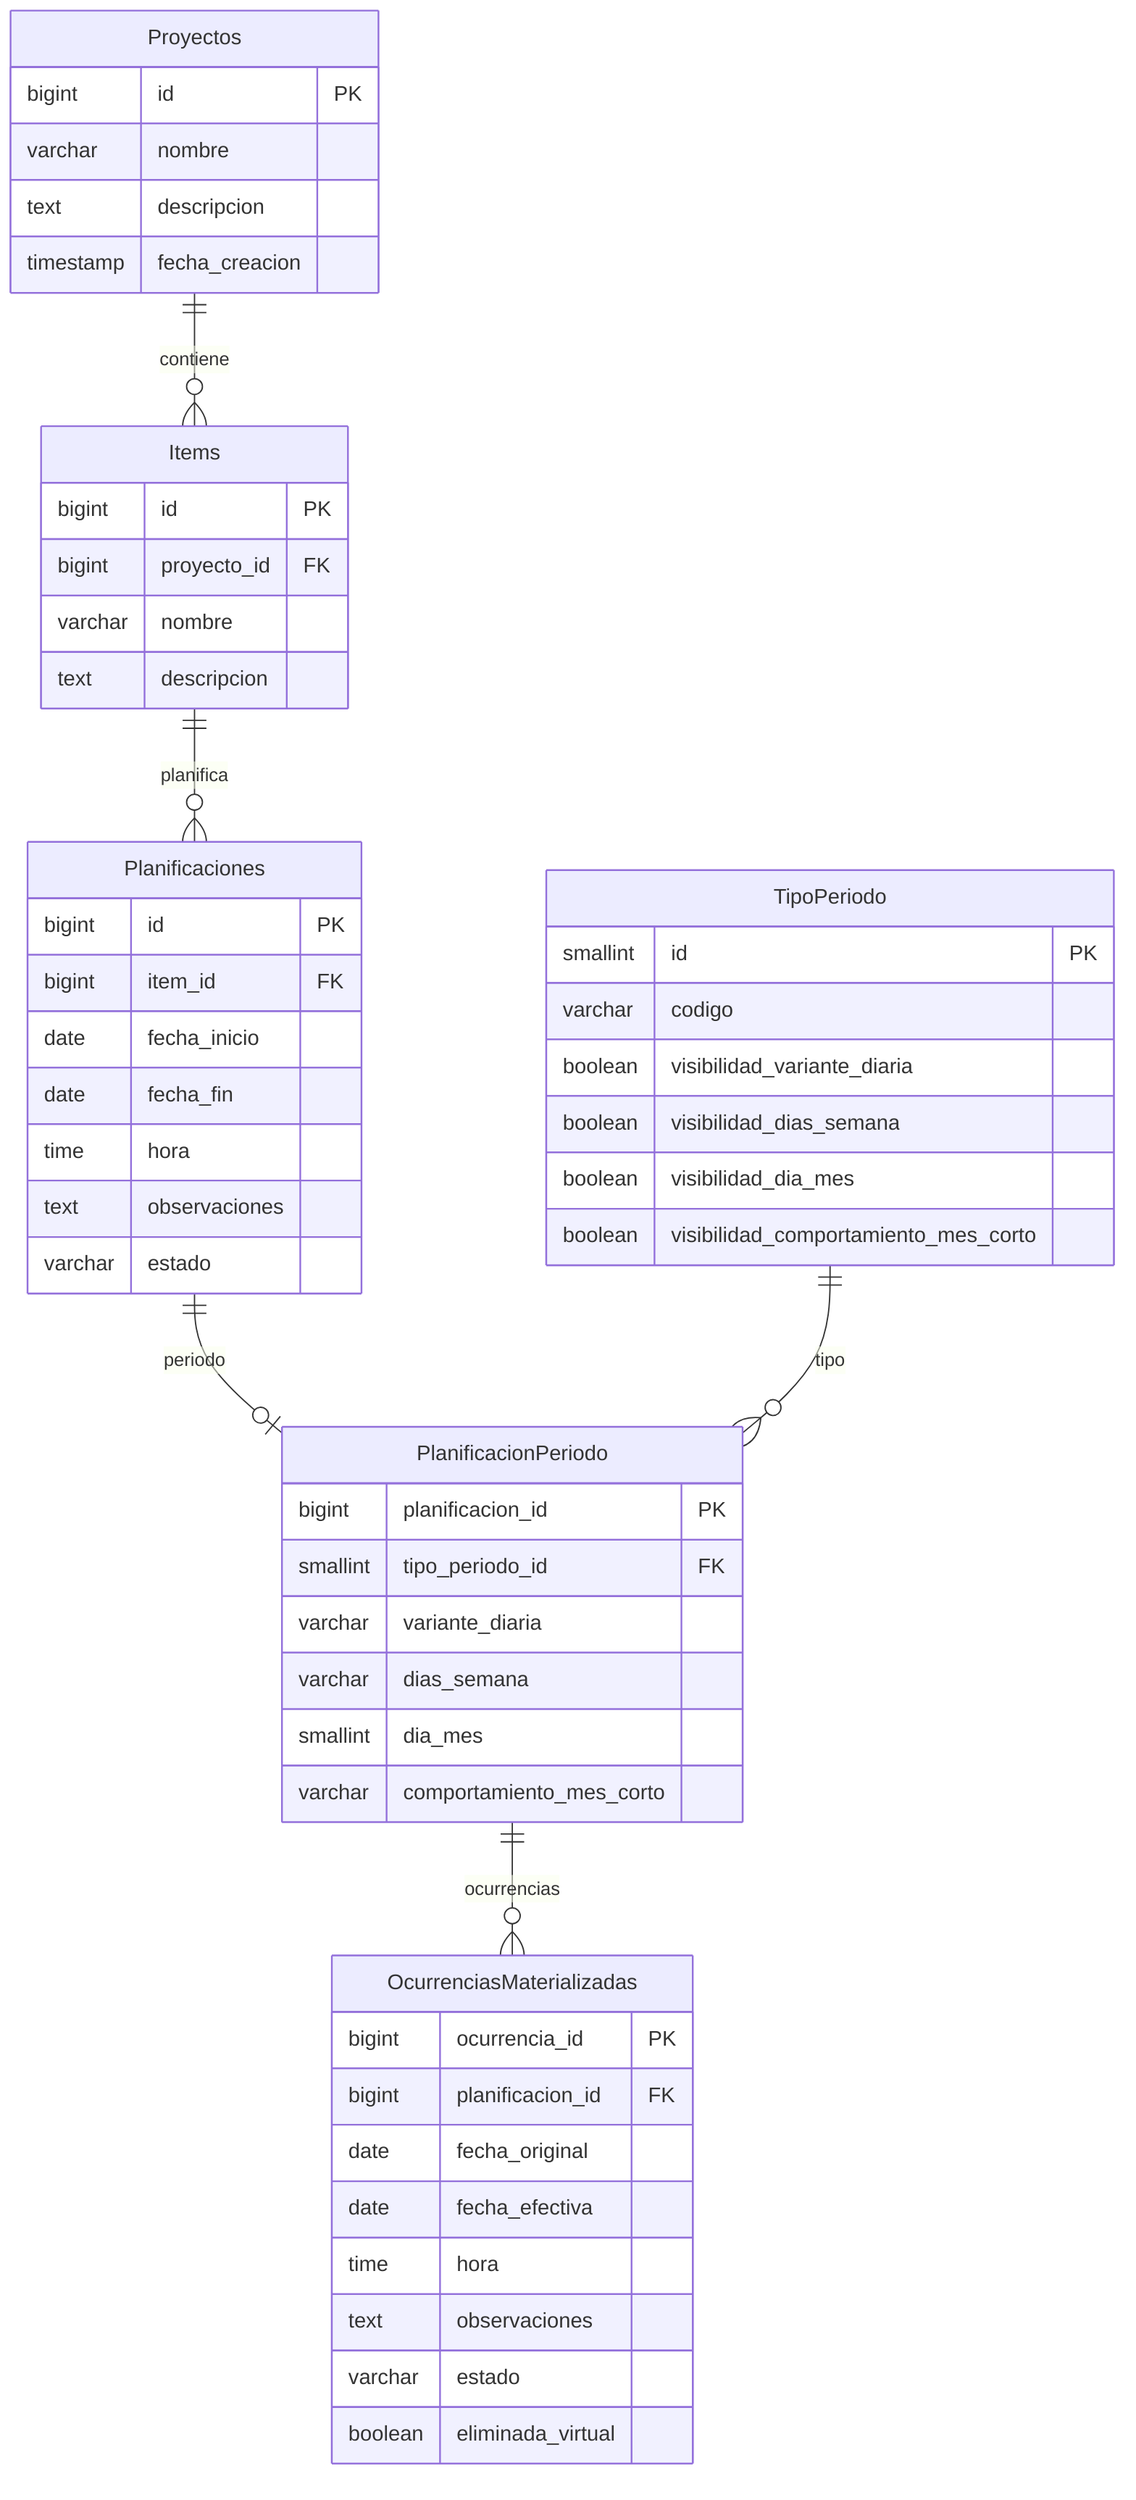
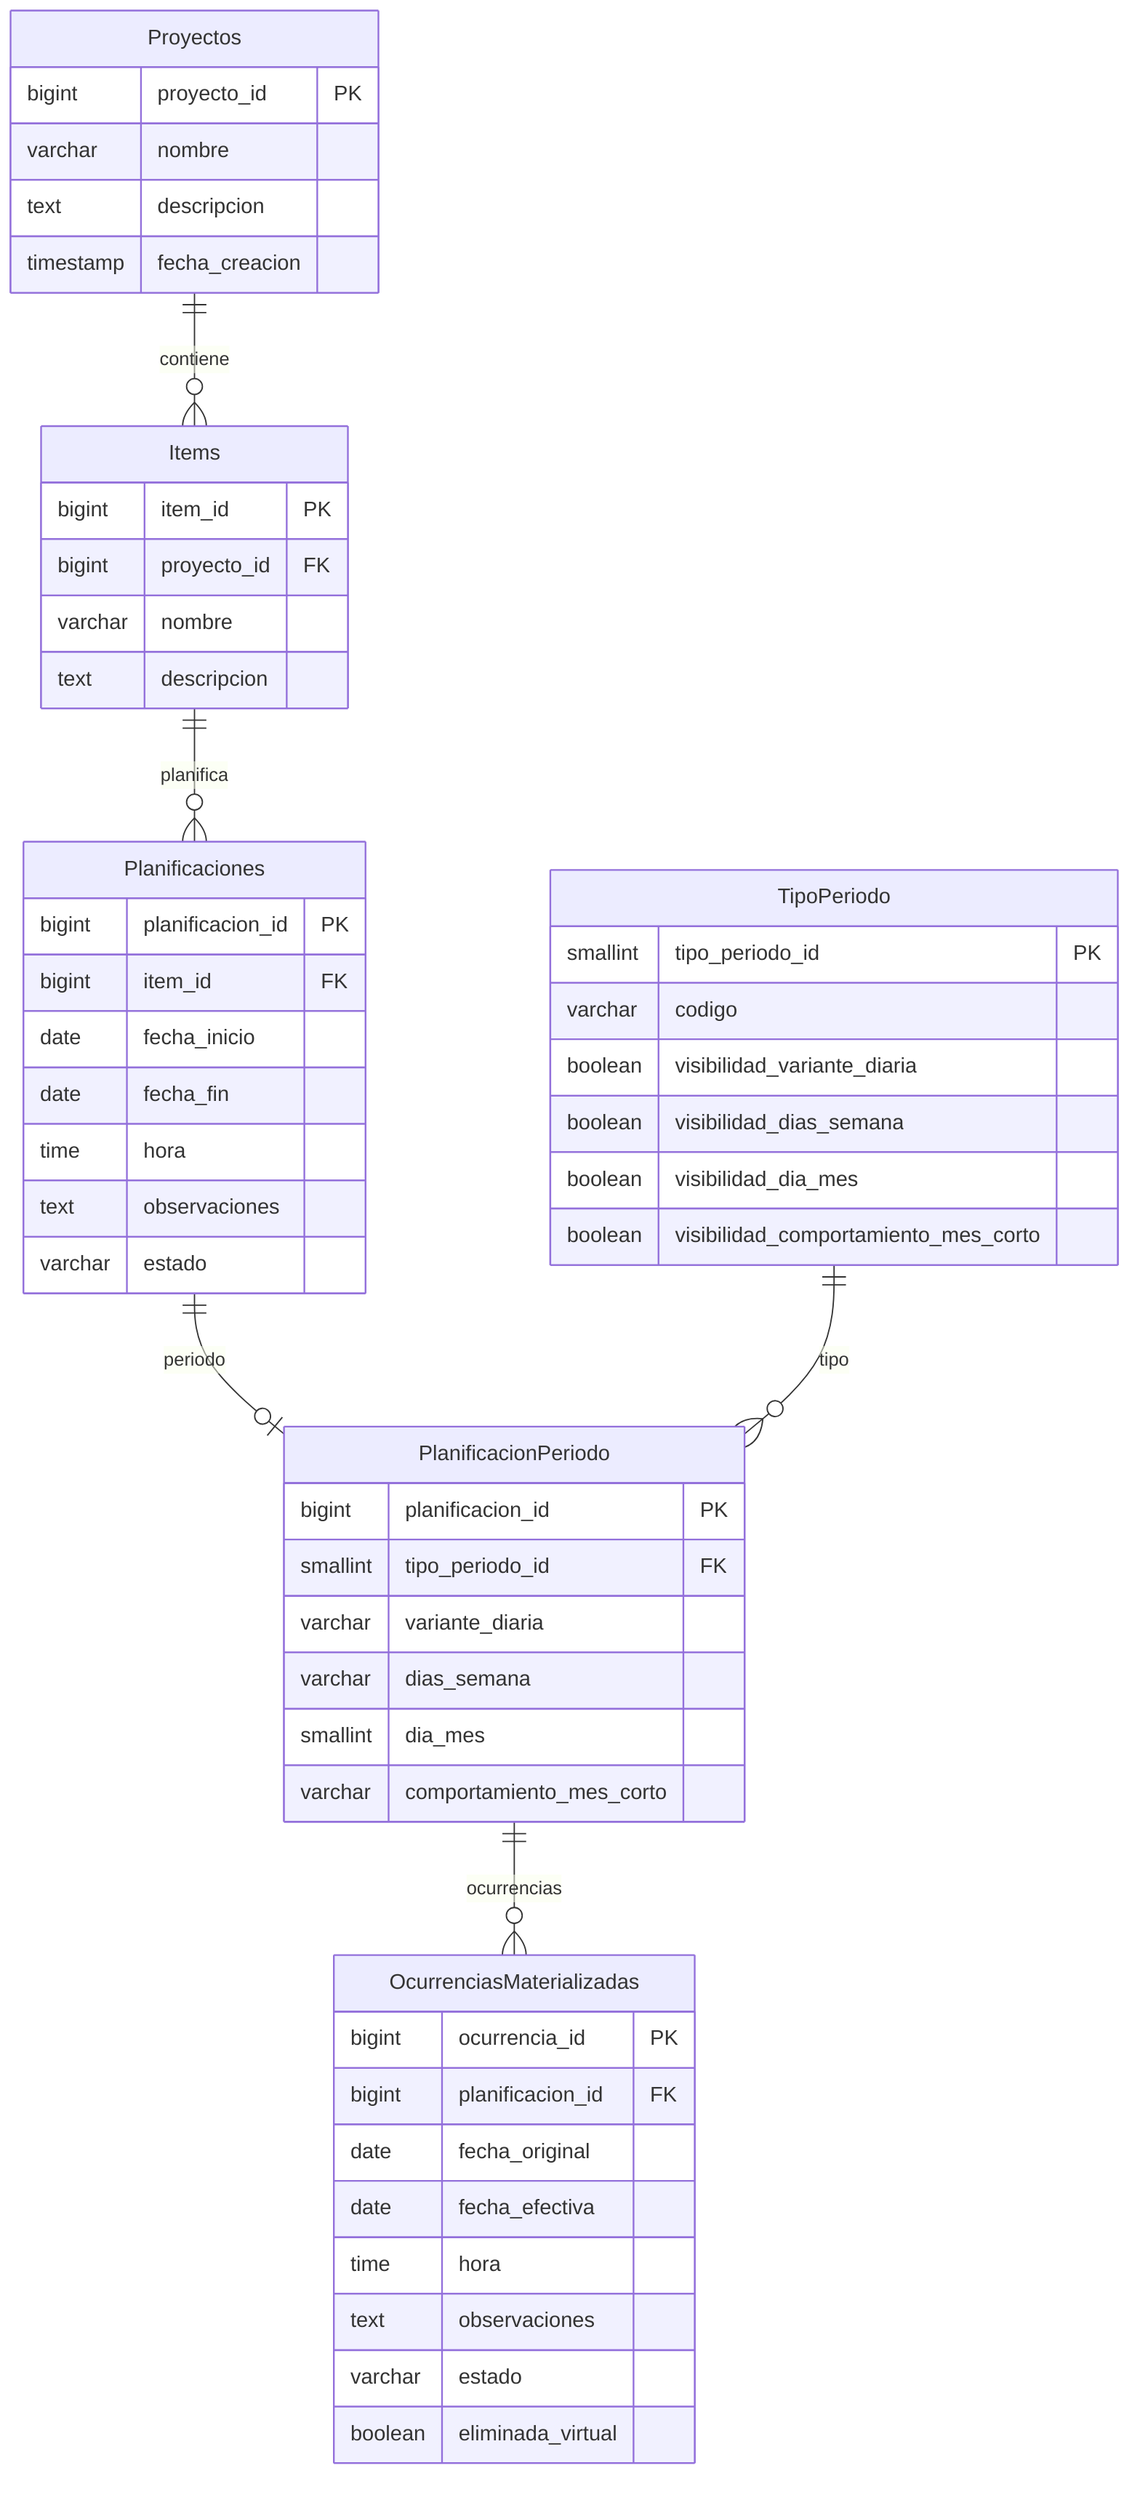
erDiagram
    Proyectos ||--o{ Items : contiene
    Items ||--o{ Planificaciones : planifica

    Planificaciones ||--o| PlanificacionPeriodo : periodo

    TipoPeriodo ||--o{ PlanificacionPeriodo : tipo

    PlanificacionPeriodo ||--o{ OcurrenciasMaterializadas : ocurrencias

    Proyectos {
-         bigint id PK
+         bigint proyecto_id PK
        varchar nombre
        text descripcion
        timestamp fecha_creacion
    }

    Items {
-         bigint id PK
+         bigint item_id PK
        bigint proyecto_id FK
        varchar nombre
        text descripcion
    }

    Planificaciones {
-         bigint id PK
+         bigint planificacion_id PK
        bigint item_id FK
        date fecha_inicio
        date fecha_fin
        time hora
        text observaciones
        varchar estado
    }

    TipoPeriodo {
-         smallint id PK
+         smallint tipo_periodo_id PK
        varchar codigo
        boolean visibilidad_variante_diaria
        boolean visibilidad_dias_semana
        boolean visibilidad_dia_mes
        boolean visibilidad_comportamiento_mes_corto
    }

    PlanificacionPeriodo {
        bigint planificacion_id PK
        smallint tipo_periodo_id FK
        varchar variante_diaria
        varchar dias_semana
        smallint dia_mes
        varchar comportamiento_mes_corto
    }

    OcurrenciasMaterializadas {
        bigint ocurrencia_id PK
        bigint planificacion_id FK
        date fecha_original
        date fecha_efectiva
        time hora
        text observaciones
        varchar estado
        boolean eliminada_virtual
    }
